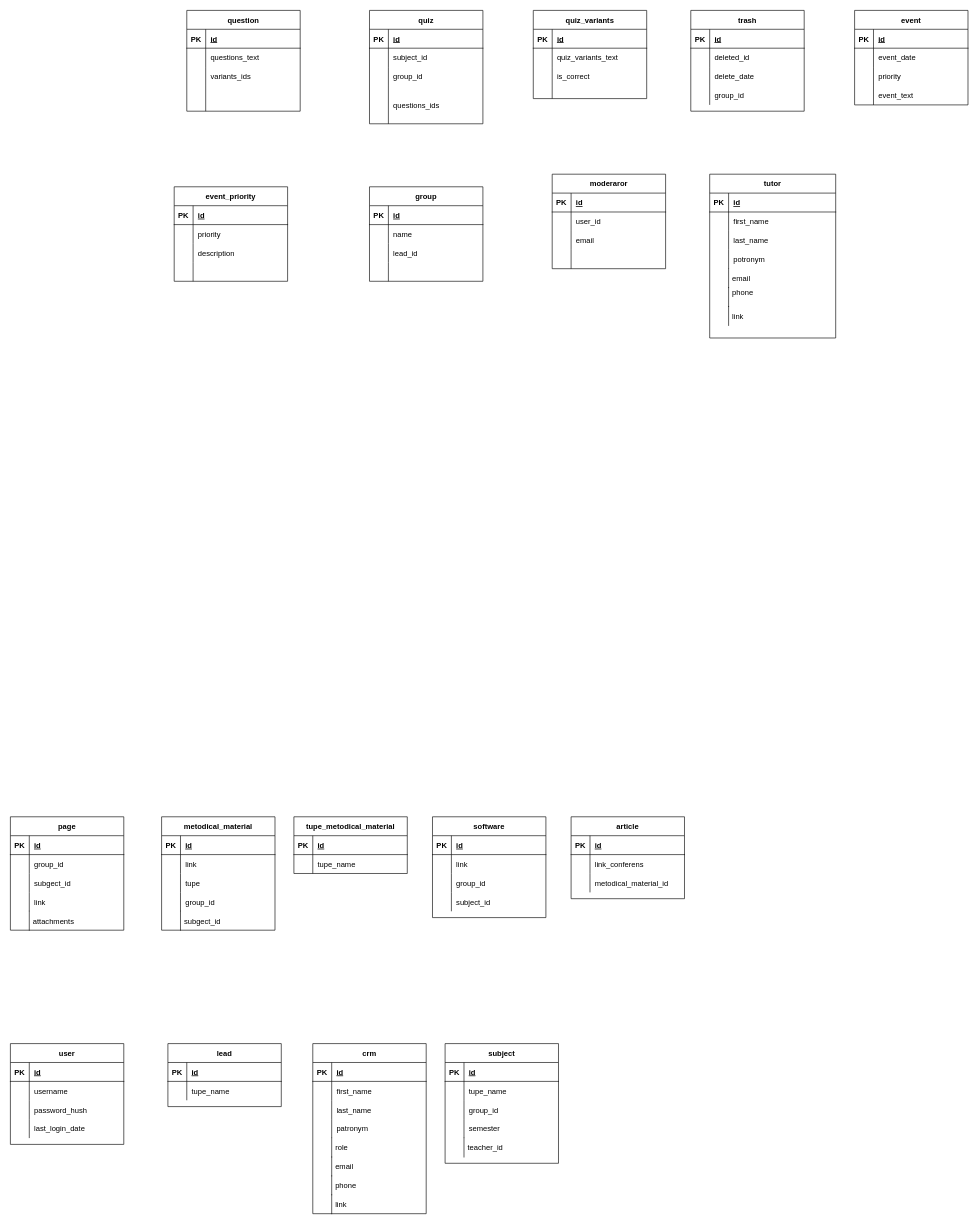
Before: Untitled Diagram.drawio in student-archive/backend, a draw.io diagram. Source tidied: cells renumbered, new cells numbered last; positions are measured from the earlier drawing's top-left corner, leaving out a move shared by most shapes. Both pictures are drawn from the tidied source at 63%, with x=0, y=0 at pixel (10, 10).
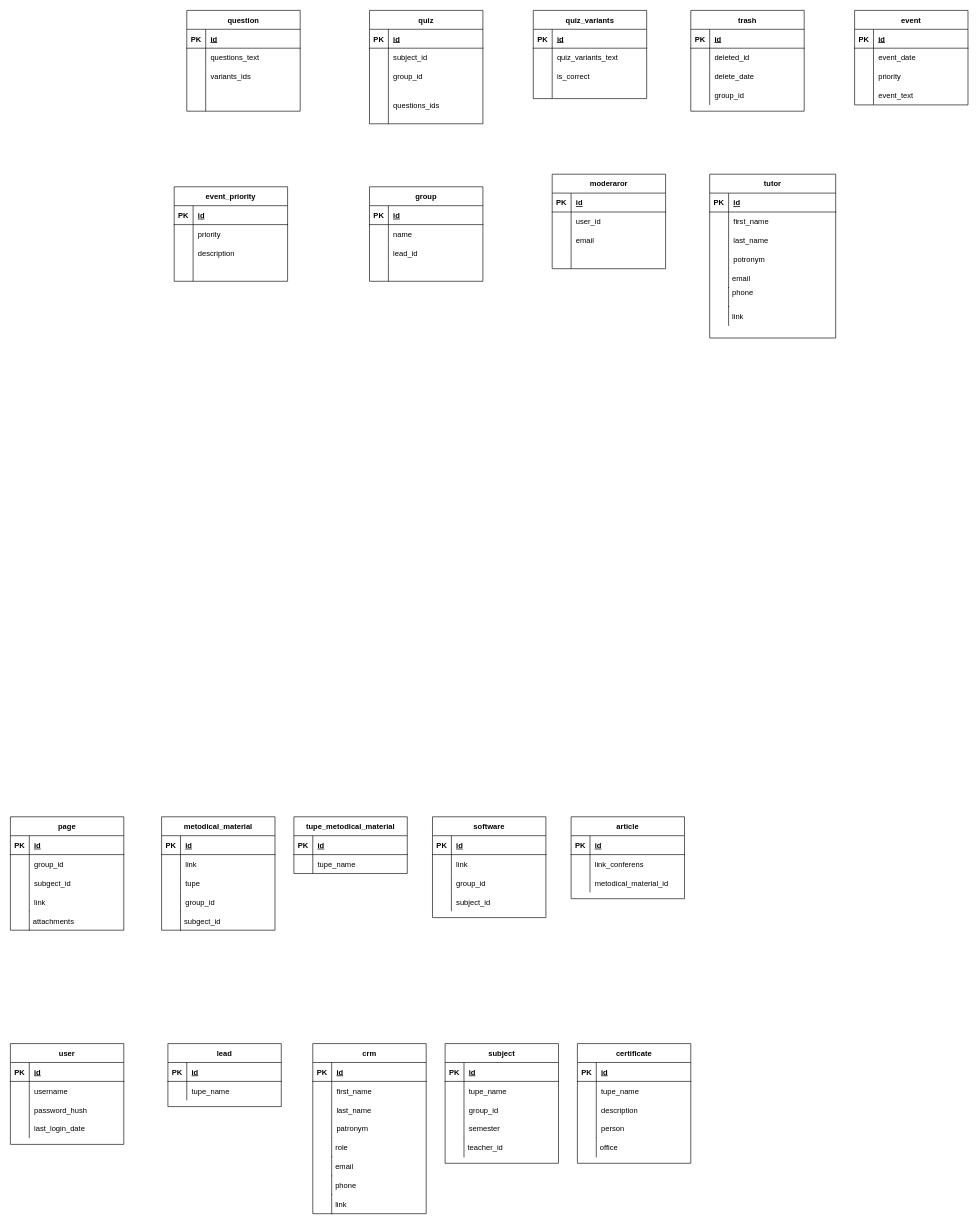
The same page after the edit.

Commit message:
feat(databases): add certificate tables

What changed in the source:
```diff
@@
+    <mxCell id="241" value="certificate" style="shape=table;startSize=30;childLayout=tableLayout;rowLines=0;fontStyle=1;align=center;" parent="1" vertex="1">
+      <mxGeometry x="900" y="1640" width="180" height="190" as="geometry" />
+    </mxCell>
+    <mxCell id="242" style="shape=tableRow;horizontal=0;startSize=0;swimlaneHead=0;swimlaneBody=0;fillColor=none;top=0;left=0;right=0;bottom=1;" parent="241" vertex="1">
+      <mxGeometry y="30" width="180" height="30" as="geometry" />
+    </mxCell>
+    <mxCell id="243" value="PK" style="shape=partialRectangle;fillColor=none;top=0;left=0;bottom=0;right=0;fontStyle=1;overflow=hidden;" parent="242" vertex="1">
+      <mxGeometry width="30" height="30" as="geometry" />
+    </mxCell>
+    <mxCell id="244" value="id" style="shape=partialRectangle;fillColor=none;top=0;left=0;bottom=0;right=0;align=left;spacingLeft=6;fontStyle=5;overflow=hidden;" parent="242" vertex="1">
+      <mxGeometry x="30" width="150" height="30" as="geometry" />
+    </mxCell>
+    <mxCell id="245" style="shape=tableRow;horizontal=0;startSize=0;swimlaneHead=0;swimlaneBody=0;fillColor=none;top=0;left=0;right=0;bottom=0;" parent="241" vertex="1">
+      <mxGeometry y="60" width="180" height="30" as="geometry" />
+    </mxCell>
+    <mxCell id="246" style="shape=partialRectangle;fillColor=none;top=0;left=0;bottom=0;right=0;overflow=hidden;" parent="245" vertex="1">
+      <mxGeometry width="30" height="30" as="geometry" />
+    </mxCell>
+    <mxCell id="247" value="tupe_name" style="shape=partialRectangle;fillColor=none;top=0;left=0;bottom=0;right=0;align=left;spacingLeft=6;overflow=hidden;" parent="245" vertex="1">
+      <mxGeometry x="30" width="150" height="30" as="geometry" />
+    </mxCell>
+    <mxCell id="248" style="shape=tableRow;horizontal=0;startSize=0;swimlaneHead=0;swimlaneBody=0;fillColor=none;top=0;left=0;right=0;bottom=0;" parent="241" vertex="1">
+      <mxGeometry y="90" width="180" height="30" as="geometry" />
+    </mxCell>
+    <mxCell id="249" style="shape=partialRectangle;fillColor=none;top=0;left=0;bottom=0;right=0;overflow=hidden;" parent="248" vertex="1">
+      <mxGeometry width="30" height="30" as="geometry" />
+    </mxCell>
+    <mxCell id="250" value="description" style="shape=partialRectangle;fillColor=none;top=0;left=0;bottom=0;right=0;align=left;spacingLeft=6;overflow=hidden;" parent="248" vertex="1">
+      <mxGeometry x="30" width="150" height="30" as="geometry" />
+    </mxCell>
+    <mxCell id="251" style="shape=tableRow;horizontal=0;startSize=0;swimlaneHead=0;swimlaneBody=0;fillColor=none;top=0;left=0;right=0;bottom=0;" parent="241" vertex="1">
+      <mxGeometry y="120" width="180" height="30" as="geometry" />
+    </mxCell>
+    <mxCell id="252" style="shape=partialRectangle;fillColor=none;top=0;left=0;bottom=0;right=0;overflow=hidden;" parent="251" vertex="1">
+      <mxGeometry width="30" height="30" as="geometry" />
+    </mxCell>
+    <mxCell id="253" value="person" style="shape=partialRectangle;fillColor=none;top=0;left=0;bottom=0;right=0;align=left;spacingLeft=6;overflow=hidden;" parent="251" vertex="1">
+      <mxGeometry x="30" width="150" height="30" as="geometry" />
+    </mxCell>
@@
+    <mxCell id="254" value="office" style="shape=partialRectangle;fillColor=none;align=left;verticalAlign=middle;strokeColor=none;spacingLeft=34;" parent="1" vertex="1">
+      <mxGeometry x="900" y="1790" width="90" height="30" as="geometry" />
+    </mxCell>
+    <mxCell id="255" style="shape=partialRectangle;top=0;left=0;bottom=0;fillColor=none;stokeWidth=1;align=left;verticalAlign=middle;spacingLeft=4;spacingRight=4;overflow=hidden;" parent="254" vertex="1">
+      <mxGeometry width="30" height="30" as="geometry" />
+    </mxCell>
```
